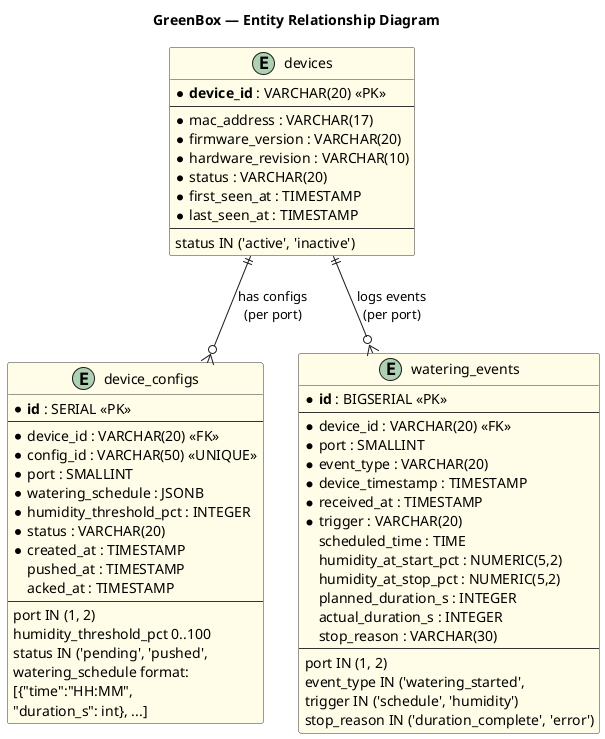
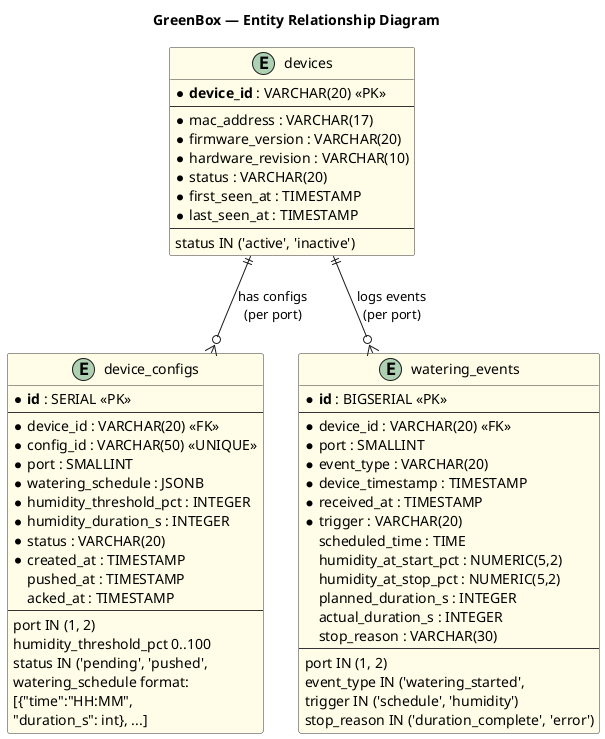
@startuml

title GreenBox — Entity Relationship Diagram

skinparam class {
  BackgroundColor #FFFDE7
  BorderColor #333333
}

entity "devices" as devices {
  * **device_id** : VARCHAR(20) <<PK>>
  --
  * mac_address : VARCHAR(17)
  * firmware_version : VARCHAR(20)
  * hardware_revision : VARCHAR(10)
  * status : VARCHAR(20)
  * first_seen_at : TIMESTAMP
  * last_seen_at : TIMESTAMP
  --
  status IN ('active', 'inactive')
}

entity "device_configs" as configs {
  * **id** : SERIAL <<PK>>
  --
  * device_id : VARCHAR(20) <<FK>>
  * config_id : VARCHAR(50) <<UNIQUE>>
  * port : SMALLINT
  * watering_schedule : JSONB
  * humidity_threshold_pct : INTEGER
+   * humidity_duration_s : INTEGER
  * status : VARCHAR(20)
  * created_at : TIMESTAMP
  pushed_at : TIMESTAMP
  acked_at : TIMESTAMP
  --
  port IN (1, 2)
  humidity_threshold_pct 0..100
  status IN ('pending', 'pushed',
    'applied', 'rejected')
  watering_schedule format:
    [{"time":"HH:MM",
      "duration_s": int}, ...]
}

entity "watering_events" as watering {
  * **id** : BIGSERIAL <<PK>>
  --
  * device_id : VARCHAR(20) <<FK>>
  * port : SMALLINT
  * event_type : VARCHAR(20)
  * device_timestamp : TIMESTAMP
  * received_at : TIMESTAMP
  * trigger : VARCHAR(20)
  scheduled_time : TIME
  humidity_at_start_pct : NUMERIC(5,2)
  humidity_at_stop_pct : NUMERIC(5,2)
  planned_duration_s : INTEGER
  actual_duration_s : INTEGER
  stop_reason : VARCHAR(30)
  --
  port IN (1, 2)
  event_type IN ('watering_started',
    'watering_stopped')
  trigger IN ('schedule', 'humidity')
  stop_reason IN ('duration_complete', 'error')
}

devices ||--o{ configs : "has configs\n(per port)"
devices ||--o{ watering : "logs events\n(per port)"

@enduml
